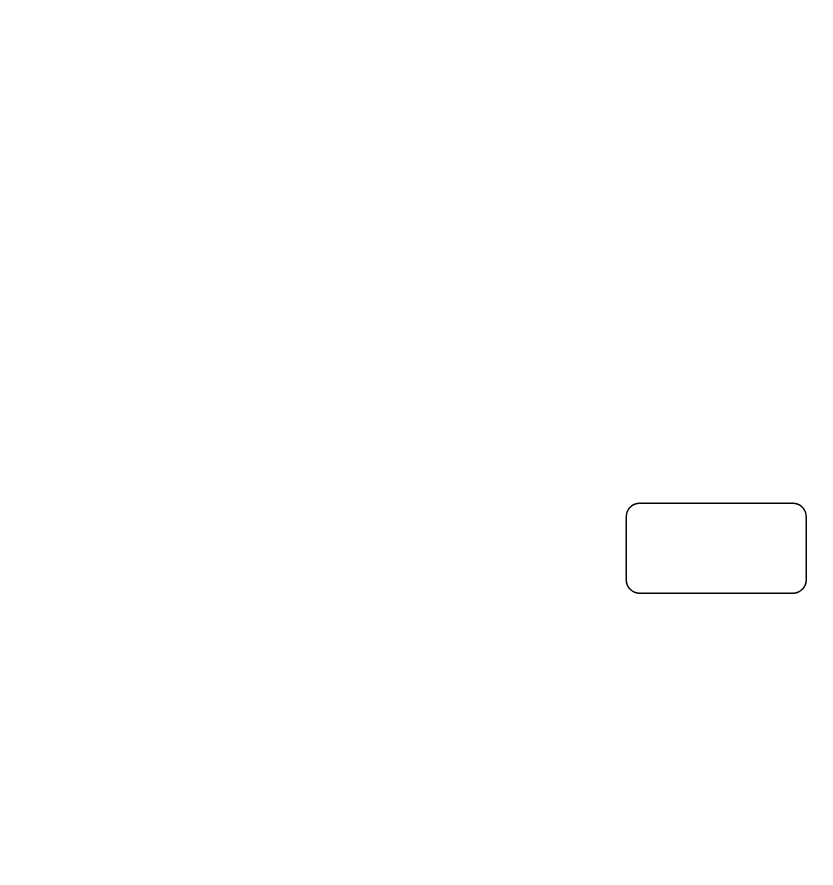
This is Diagram.drawio from lemuela1/Python-, a draw.io file, before an edit. Source tidied: cells renumbered, new cells numbered last; positions are measured from the earlier drawing's top-left corner, leaving out a move shared by most shapes. Both pictures are drawn from the tidied source at 150%, with x=0, y=0 at pixel (626, 502).
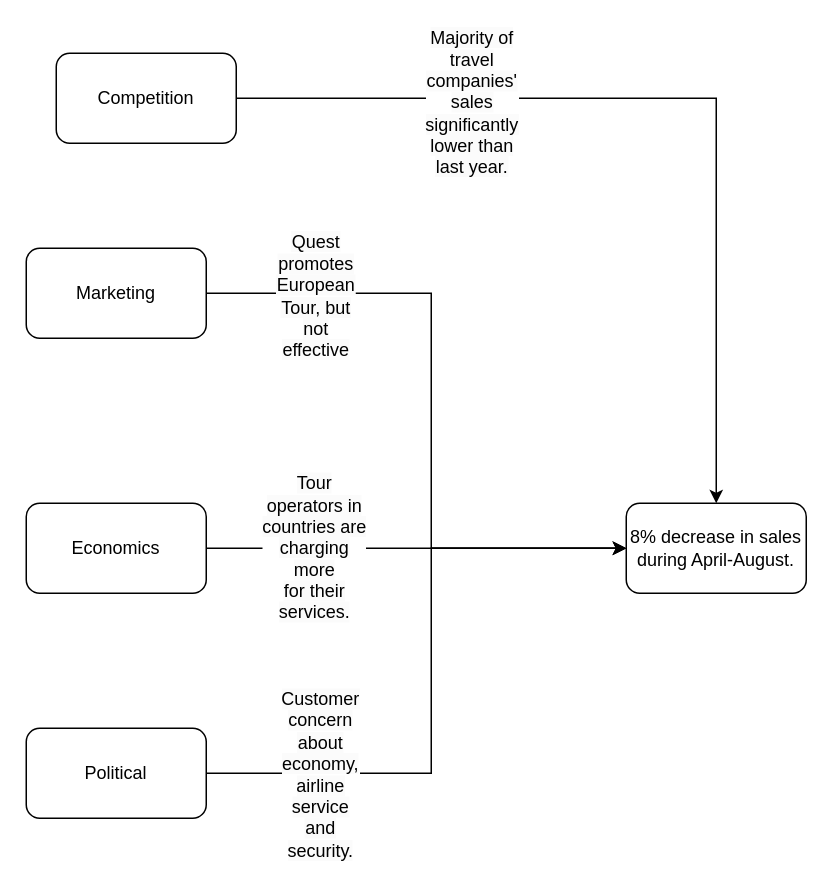
The same diagram, later.

Diff of the diagram source:
```diff
@@
 <mxGraphModel>
   <root>
     <mxCell id="0" />
     <mxCell id="1" parent="0" />
-    <mxCell id="2" style="rounded=1;whiteSpace=wrap;html=1;" parent="1" vertex="1">
+    <mxCell id="2" value="8% decrease in sales during April-August." style="rounded=1;whiteSpace=wrap;html=1;" parent="1" vertex="1">
       <mxGeometry width="120" height="60" as="geometry" />
     </mxCell>
+    <mxCell id="3" style="edgeStyle=orthogonalEdgeStyle;rounded=0;jettySize=auto;html=1;entryX=0.5;entryY=0;entryDx=0;entryDy=0;" parent="1" edge="1" source="5" target="2">
+      <mxGeometry relative="1" as="geometry" />
+    </mxCell>
+    <mxCell id="4" value="&lt;span style=&quot;font-size: 12px; text-wrap: wrap; background-color: rgb(251, 251, 251);&quot;&gt;Majority of travel companies' sales significantly lower than last year.&lt;/span&gt;" style="edgeLabel;html=1;align=center;verticalAlign=middle;" parent="3" vertex="1">
+      <mxGeometry x="-0.47" y="-2" relative="1" as="geometry" />
+    </mxCell>
+    <mxCell id="5" value="Competition" style="rounded=1;whiteSpace=wrap;html=1;" parent="1" vertex="1">
+      <mxGeometry x="-380" y="-300" width="120" height="60" as="geometry" />
+    </mxCell>
+    <mxCell id="6" style="edgeStyle=orthogonalEdgeStyle;rounded=0;jettySize=auto;html=1;entryX=0;entryY=0.5;entryDx=0;entryDy=0;" parent="1" edge="1" source="8" target="2">
+      <mxGeometry relative="1" as="geometry">
+        <Array as="points">
+          <mxPoint x="-130" y="-140" />
+          <mxPoint x="-130" y="30" />
+        </Array>
+      </mxGeometry>
+    </mxCell>
+    <mxCell id="7" value="&lt;span style=&quot;font-size: 12px; text-wrap: wrap; background-color: rgb(251, 251, 251);&quot;&gt;Quest promotes European Tour, but not effective&lt;/span&gt;" style="edgeLabel;html=1;align=center;verticalAlign=middle;" parent="6" vertex="1">
+      <mxGeometry x="-0.68" y="-1" relative="1" as="geometry" />
+    </mxCell>
+    <mxCell id="8" value="Marketing" style="rounded=1;whiteSpace=wrap;html=1;" parent="1" vertex="1">
+      <mxGeometry x="-400" y="-170" width="120" height="60" as="geometry" />
+    </mxCell>
+    <mxCell id="9" style="edgeStyle=orthogonalEdgeStyle;rounded=0;jettySize=auto;html=1;entryX=0;entryY=0.5;entryDx=0;entryDy=0;" parent="1" edge="1" source="11" target="2">
+      <mxGeometry relative="1" as="geometry" />
+    </mxCell>
+    <mxCell id="10" value="&lt;span style=&quot;font-size: 12px; text-wrap: wrap; background-color: rgb(251, 251, 251);&quot;&gt;Tour operators in countries&amp;nbsp;&lt;/span&gt;&lt;span style=&quot;background-color: rgb(251, 251, 251); font-size: 12px; text-wrap: wrap;&quot;&gt;are charging more for&amp;nbsp;&lt;/span&gt;&lt;span style=&quot;background-color: rgb(251, 251, 251); font-size: 12px; text-wrap: wrap;&quot;&gt;their services.&lt;/span&gt;" style="edgeLabel;html=1;align=center;verticalAlign=middle;" parent="9" vertex="1">
+      <mxGeometry x="-0.49" y="1" relative="1" as="geometry" />
+    </mxCell>
+    <mxCell id="11" value="Economics" style="rounded=1;whiteSpace=wrap;html=1;" parent="1" vertex="1">
+      <mxGeometry x="-400" width="120" height="60" as="geometry" />
+    </mxCell>
+    <mxCell id="12" style="edgeStyle=orthogonalEdgeStyle;rounded=0;jettySize=auto;html=1;entryX=0;entryY=0.5;entryDx=0;entryDy=0;" parent="1" edge="1" source="14" target="2">
+      <mxGeometry relative="1" as="geometry">
+        <Array as="points">
+          <mxPoint x="-130" y="180" />
+          <mxPoint x="-130" y="30" />
+        </Array>
+      </mxGeometry>
+    </mxCell>
+    <mxCell id="13" value="&lt;span style=&quot;font-size: 12px; text-wrap: wrap; background-color: rgb(251, 251, 251);&quot;&gt;Customer concern about economy, airline service and security.&lt;/span&gt;" style="edgeLabel;html=1;align=center;verticalAlign=middle;spacingRight=0;" parent="12" vertex="1">
+      <mxGeometry x="-0.65" y="4" relative="1" as="geometry">
+        <mxPoint y="4" as="offset" />
+      </mxGeometry>
+    </mxCell>
+    <mxCell id="14" value="Political" style="rounded=1;whiteSpace=wrap;html=1;" parent="1" vertex="1">
+      <mxGeometry x="-400" y="150" width="120" height="60" as="geometry" />
+    </mxCell>
   </root>
 </mxGraphModel>
```
